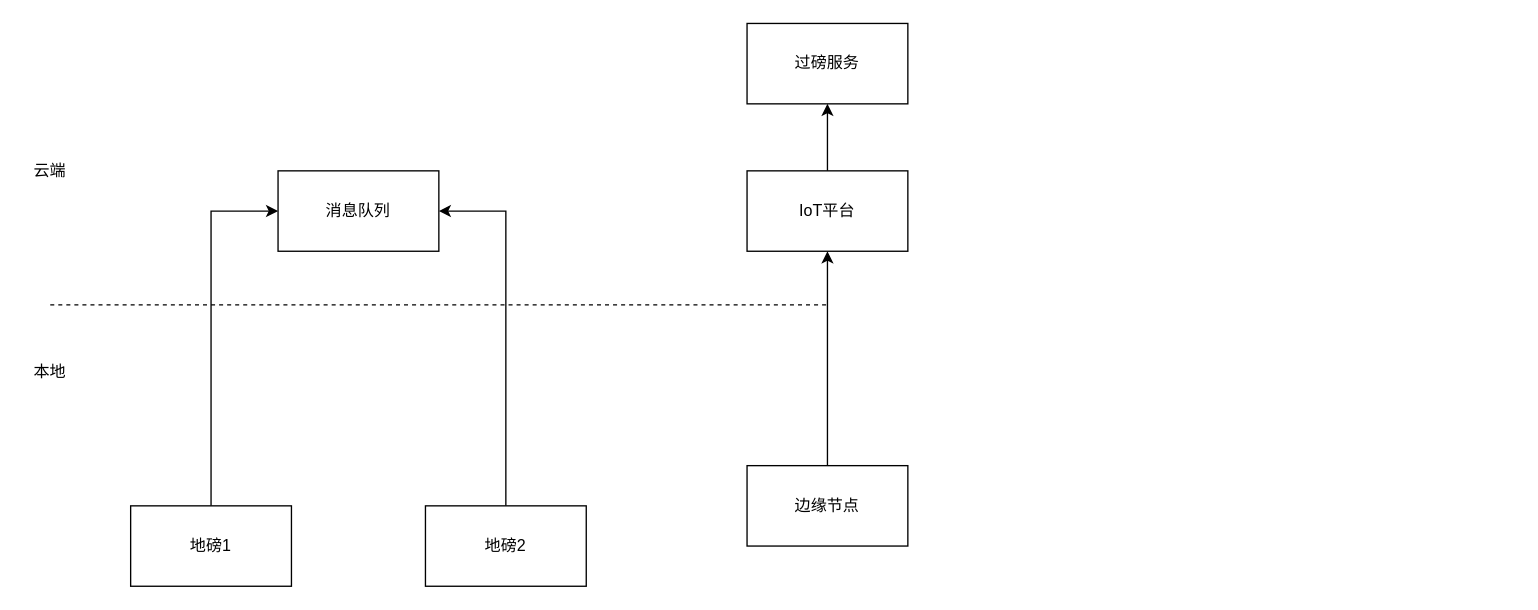
This is 过磅本地v3.drawio from lipeng260/drawio, a draw.io file, before an edit. Source tidied: cells renumbered, new cells numbered last; positions are measured from the earlier drawing's top-left corner, leaving out a move shared by most shapes. Both pictures are drawn from the tidied source at 134%, with x=0, y=0 at pixel (23, 23).
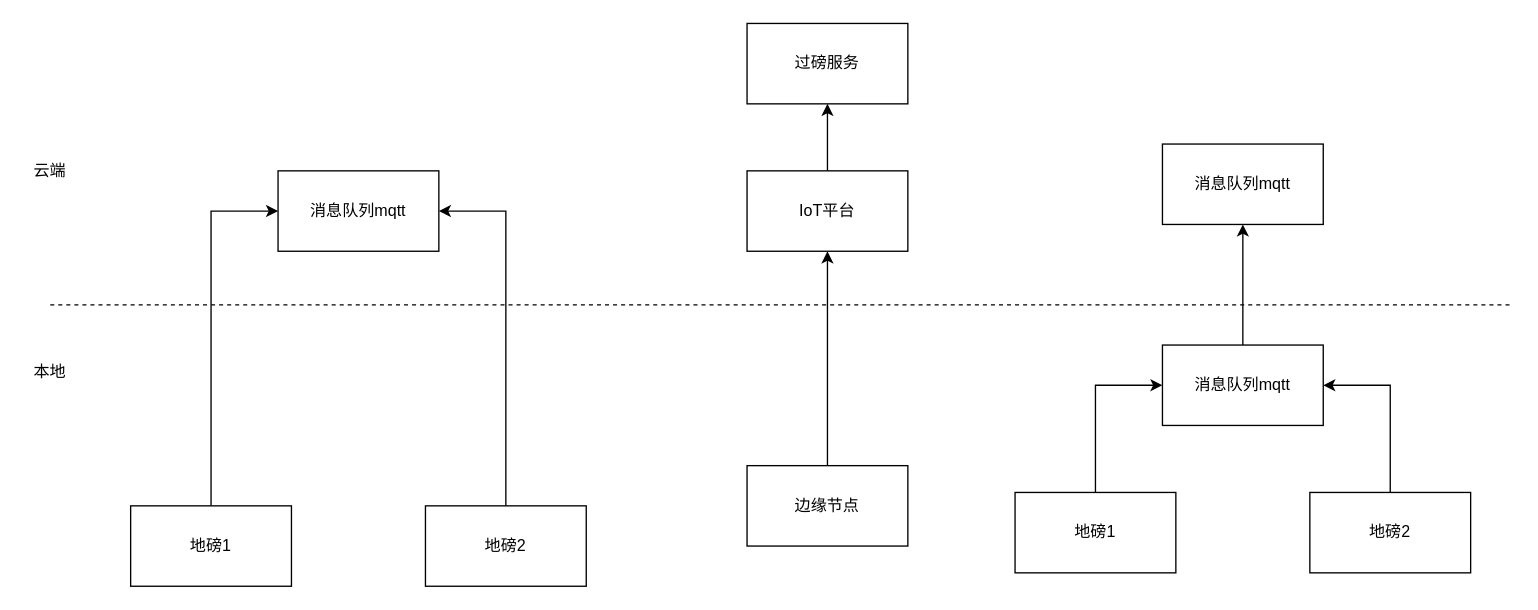
After the change.

Diff of the diagram source:
```diff
@@
     <mxCell id="4" style="endArrow=none;dashed=1;html=1;" parent="1" edge="1">
       <mxGeometry relative="1" as="geometry">
         <mxPoint x="20" y="210" as="sourcePoint" />
-        <mxPoint x="600" y="210" as="targetPoint" />
+        <mxPoint x="1112" y="210" as="targetPoint" />
       </mxGeometry>
     </mxCell>
@@
-    <mxCell id="9" value="消息队列" style="rounded=0;whiteSpace=wrap;html=1;shadow=0;" parent="1" vertex="1">
+    <mxCell id="9" value="消息队列mqtt" style="rounded=0;whiteSpace=wrap;html=1;shadow=0;" parent="1" vertex="1">
       <mxGeometry x="190" y="110" width="120" height="60" as="geometry" />
     </mxCell>
@@
+    <mxCell id="15" style="edgeStyle=orthogonalEdgeStyle;rounded=0;jettySize=auto;html=1;exitX=0.5;exitY=0;exitDx=0;exitDy=0;entryX=0;entryY=0.5;entryDx=0;entryDy=0;" parent="1" edge="1" source="16" target="20">
+      <mxGeometry relative="1" as="geometry" />
+    </mxCell>
+    <mxCell id="16" value="地磅1" style="rounded=0;whiteSpace=wrap;html=1;" parent="1" vertex="1">
+      <mxGeometry x="740" y="350" width="120" height="60" as="geometry" />
+    </mxCell>
+    <mxCell id="17" style="edgeStyle=orthogonalEdgeStyle;rounded=0;jettySize=auto;html=1;exitX=0.5;exitY=0;exitDx=0;exitDy=0;entryX=1;entryY=0.5;entryDx=0;entryDy=0;" parent="1" edge="1" source="18" target="20">
+      <mxGeometry relative="1" as="geometry" />
+    </mxCell>
+    <mxCell id="18" value="地磅2" style="rounded=0;whiteSpace=wrap;html=1;" parent="1" vertex="1">
+      <mxGeometry x="960" y="350" width="120" height="60" as="geometry" />
+    </mxCell>
+    <mxCell id="19" style="edgeStyle=orthogonalEdgeStyle;rounded=0;jettySize=auto;html=1;exitX=0.5;exitY=0;exitDx=0;exitDy=0;entryX=0.5;entryY=1;entryDx=0;entryDy=0;" parent="1" edge="1" source="20" target="21">
+      <mxGeometry relative="1" as="geometry" />
+    </mxCell>
+    <mxCell id="20" value="消息队列mqtt" style="rounded=0;whiteSpace=wrap;html=1;shadow=0;" parent="1" vertex="1">
+      <mxGeometry x="850" y="240" width="120" height="60" as="geometry" />
+    </mxCell>
+    <mxCell id="21" value="消息队列mqtt" style="rounded=0;whiteSpace=wrap;html=1;shadow=0;" parent="1" vertex="1">
+      <mxGeometry x="850" y="90" width="120" height="60" as="geometry" />
+    </mxCell>
```
